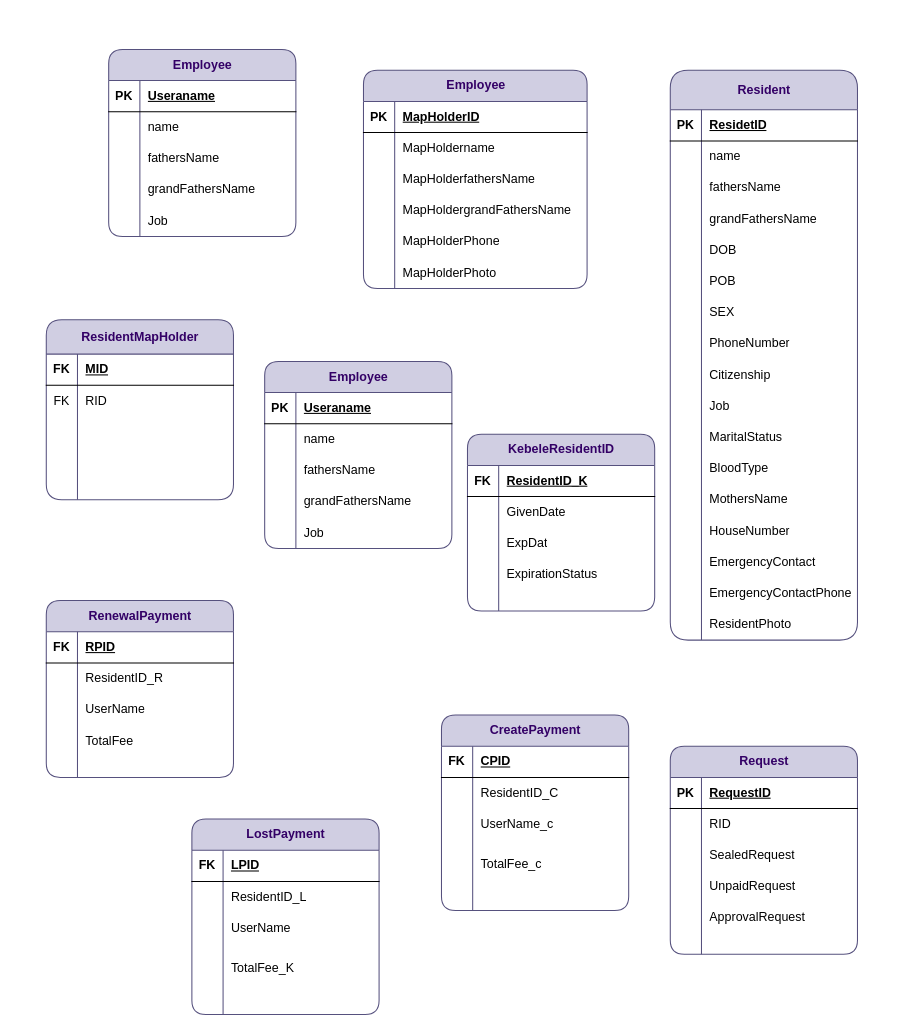
Above: Untitled Diagram.drawio in Melat369/Diagram (draw.io), before the change. Source tidied: cells renumbered, new cells numbered last; positions are measured from the earlier drawing's top-left corner, leaving out a move shared by most shapes. Both pictures are drawn from the tidied source at 104%, with x=0, y=0 at pixel (46, 49).
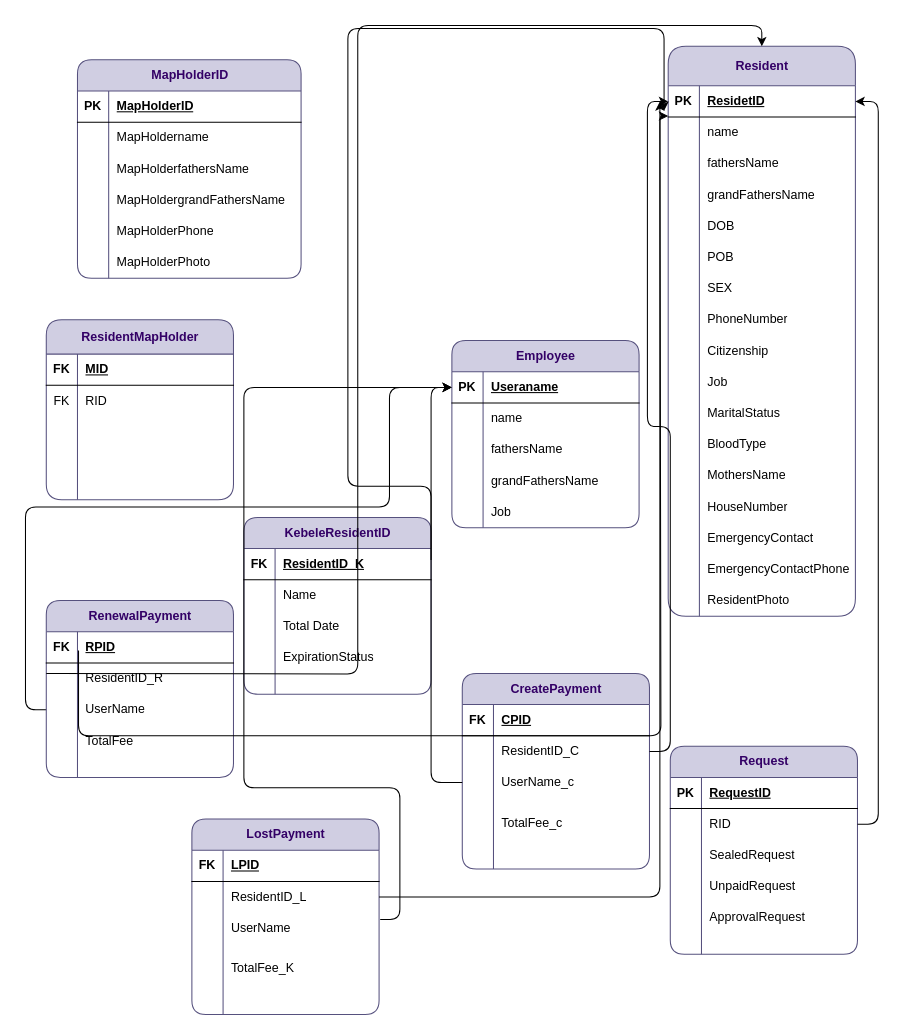
The same page after the edit.

Unchanged cells that the change refers to:
```xml
<mxCell id="19" style="shape=tableRow;horizontal=0;startSize=0;swimlaneHead=0;swimlaneBody=0;fillColor=none;points=[[0,0.5],[1,0.5]];portConstraint=eastwest;top=0;left=0;right=0;bottom=1;rounded=1;" parent="18" vertex="1">
  <mxGeometry y="38" width="180" height="30" as="geometry" />
</mxCell>
<mxCell id="106" style="shape=tableRow;horizontal=0;startSize=0;swimlaneHead=0;swimlaneBody=0;fillColor=none;points=[[0,0.5],[1,0.5]];portConstraint=eastwest;top=0;left=0;right=0;bottom=1;rounded=1;" parent="105" vertex="1">
  <mxGeometry y="30" width="180" height="30" as="geometry" />
</mxCell>
<mxCell id="125" style="shape=tableRow;horizontal=0;startSize=0;swimlaneHead=0;swimlaneBody=0;fillColor=none;top=0;left=0;right=0;bottom=0;rounded=1;" parent="121" vertex="1">
  <mxGeometry y="60" width="180" height="30" as="geometry" />
</mxCell>
<mxCell id="128" style="shape=tableRow;horizontal=0;startSize=0;swimlaneHead=0;swimlaneBody=0;fillColor=none;top=0;left=0;right=0;bottom=0;rounded=1;" parent="121" vertex="1">
  <mxGeometry y="90" width="180" height="30" as="geometry" />
</mxCell>
<mxCell id="144" style="shape=tableRow;horizontal=0;startSize=0;swimlaneHead=0;swimlaneBody=0;fillColor=none;points=[[0,0.5],[1,0.5]];portConstraint=eastwest;top=0;left=0;right=0;bottom=0;rounded=1;" parent="137" vertex="1">
  <mxGeometry y="90" width="180" height="30" as="geometry" />
</mxCell>
<mxCell id="157" style="shape=tableRow;horizontal=0;startSize=0;swimlaneHead=0;swimlaneBody=0;fillColor=none;points=[[0,0.5],[1,0.5]];portConstraint=eastwest;top=0;left=0;right=0;bottom=0;rounded=1;" parent="153" vertex="1">
  <mxGeometry y="60" width="180" height="30" as="geometry" />
</mxCell>
<mxCell id="160" style="shape=tableRow;horizontal=0;startSize=0;swimlaneHead=0;swimlaneBody=0;fillColor=none;points=[[0,0.5],[1,0.5]];portConstraint=eastwest;top=0;left=0;right=0;bottom=0;rounded=1;" parent="153" vertex="1">
  <mxGeometry y="90" width="180" height="30" as="geometry" />
</mxCell>
<mxCell id="173" style="shape=tableRow;horizontal=0;startSize=0;swimlaneHead=0;swimlaneBody=0;fillColor=none;points=[[0,0.5],[1,0.5]];portConstraint=eastwest;top=0;left=0;right=0;bottom=0;rounded=1;" parent="169" vertex="1">
  <mxGeometry y="60" width="180" height="30" as="geometry" />
</mxCell>
<mxCell id="176" style="shape=tableRow;horizontal=0;startSize=0;swimlaneHead=0;swimlaneBody=0;fillColor=none;points=[[0,0.5],[1,0.5]];portConstraint=eastwest;top=0;left=0;right=0;bottom=0;rounded=1;" parent="169" vertex="1">
  <mxGeometry y="90" width="180" height="30" as="geometry" />
</mxCell>
<mxCell id="189" style="shape=tableRow;horizontal=0;startSize=0;swimlaneHead=0;swimlaneBody=0;fillColor=none;points=[[0,0.5],[1,0.5]];portConstraint=eastwest;top=0;left=0;right=0;bottom=0;rounded=1;" parent="185" vertex="1">
  <mxGeometry y="60" width="180" height="30" as="geometry" />
</mxCell>
```

Change to the diagram source:
```diff
@@
-    <mxCell id="2" value="&lt;font color=&quot;#330066&quot;&gt;Employee&lt;/font&gt;" style="shape=table;startSize=30;childLayout=tableLayout;rowLines=0;fontStyle=1;align=center;html=1;fillColor=#d0cee2;strokeColor=#56517e;rounded=1;" parent="1" vertex="1">
-      <mxGeometry x="60" width="180" height="180" as="geometry" />
-    </mxCell>
-    <mxCell id="3" style="shape=tableRow;horizontal=0;startSize=0;swimlaneHead=0;swimlaneBody=0;fillColor=none;top=0;left=0;right=0;bottom=1;rounded=1;" parent="2" vertex="1">
-      <mxGeometry y="30" width="180" height="30" as="geometry" />
-    </mxCell>
-    <mxCell id="4" value="PK" style="shape=partialRectangle;fillColor=none;top=0;left=0;bottom=0;right=0;fontStyle=1;overflow=hidden;whiteSpace=wrap;html=1;rounded=1;" parent="3" vertex="1">
-      <mxGeometry width="30" height="30" as="geometry" />
-    </mxCell>
-    <mxCell id="5" value="Useraname" style="shape=partialRectangle;fillColor=none;top=0;left=0;bottom=0;right=0;align=left;spacingLeft=6;fontStyle=5;overflow=hidden;whiteSpace=wrap;html=1;rounded=1;" parent="3" vertex="1">
-      <mxGeometry x="30" width="150" height="30" as="geometry" />
-    </mxCell>
-    <mxCell id="6" style="shape=tableRow;horizontal=0;startSize=0;swimlaneHead=0;swimlaneBody=0;fillColor=none;top=0;left=0;right=0;bottom=0;rounded=1;" parent="2" vertex="1">
-      <mxGeometry y="60" width="180" height="30" as="geometry" />
-    </mxCell>
-    <mxCell id="7" style="shape=partialRectangle;fillColor=none;top=0;left=0;bottom=0;right=0;overflow=hidden;whiteSpace=wrap;html=1;rounded=1;" parent="6" vertex="1">
-      <mxGeometry width="30" height="30" as="geometry" />
-    </mxCell>
-    <mxCell id="8" value="name" style="shape=partialRectangle;fillColor=none;top=0;left=0;bottom=0;right=0;align=left;spacingLeft=6;overflow=hidden;whiteSpace=wrap;html=1;rounded=1;" parent="6" vertex="1">
-      <mxGeometry x="30" width="150" height="30" as="geometry" />
-    </mxCell>
-    <mxCell id="9" style="shape=tableRow;horizontal=0;startSize=0;swimlaneHead=0;swimlaneBody=0;fillColor=none;top=0;left=0;right=0;bottom=0;rounded=1;" parent="2" vertex="1">
-      <mxGeometry y="90" width="180" height="30" as="geometry" />
-    </mxCell>
-    <mxCell id="10" style="shape=partialRectangle;fillColor=none;top=0;left=0;bottom=0;right=0;overflow=hidden;whiteSpace=wrap;html=1;rounded=1;" parent="9" vertex="1">
-      <mxGeometry width="30" height="30" as="geometry" />
-    </mxCell>
-    <mxCell id="11" value="fathersName" style="shape=partialRectangle;fillColor=none;top=0;left=0;bottom=0;right=0;align=left;spacingLeft=6;overflow=hidden;whiteSpace=wrap;html=1;rounded=1;" parent="9" vertex="1">
-      <mxGeometry x="30" width="150" height="30" as="geometry" />
-    </mxCell>
-    <mxCell id="12" style="shape=tableRow;horizontal=0;startSize=0;swimlaneHead=0;swimlaneBody=0;fillColor=none;top=0;left=0;right=0;bottom=0;rounded=1;" parent="2" vertex="1">
-      <mxGeometry y="120" width="180" height="30" as="geometry" />
-    </mxCell>
-    <mxCell id="13" style="shape=partialRectangle;fillColor=none;top=0;left=0;bottom=0;right=0;overflow=hidden;whiteSpace=wrap;html=1;rounded=1;" parent="12" vertex="1">
-      <mxGeometry width="30" height="30" as="geometry" />
-    </mxCell>
-    <mxCell id="14" value="grandFathersName" style="shape=partialRectangle;fillColor=none;top=0;left=0;bottom=0;right=0;align=left;spacingLeft=6;overflow=hidden;whiteSpace=wrap;html=1;rounded=1;" parent="12" vertex="1">
-      <mxGeometry x="30" width="150" height="30" as="geometry" />
-    </mxCell>
-    <mxCell id="15" style="shape=tableRow;horizontal=0;startSize=0;swimlaneHead=0;swimlaneBody=0;fillColor=none;top=0;left=0;right=0;bottom=0;rounded=1;" parent="2" vertex="1">
-      <mxGeometry y="150" width="180" height="30" as="geometry" />
-    </mxCell>
-    <mxCell id="16" style="shape=partialRectangle;fillColor=none;top=0;left=0;bottom=0;right=0;overflow=hidden;whiteSpace=wrap;html=1;rounded=1;" parent="15" vertex="1">
-      <mxGeometry width="30" height="30" as="geometry" />
-    </mxCell>
-    <mxCell id="17" value="Job" style="shape=partialRectangle;fillColor=none;top=0;left=0;bottom=0;right=0;align=left;spacingLeft=6;overflow=hidden;whiteSpace=wrap;html=1;rounded=1;" parent="15" vertex="1">
-      <mxGeometry x="30" width="150" height="30" as="geometry" />
-    </mxCell>
     <mxCell id="18" value="&lt;font color=&quot;#330066&quot;&gt;Resident&lt;/font&gt;" style="shape=table;startSize=38;childLayout=tableLayout;rowLines=0;fontStyle=1;align=center;html=1;fillColor=#d0cee2;strokeColor=#56517e;rounded=1;" parent="1" vertex="1">
-      <mxGeometry x="600" y="20" width="180" height="548" as="geometry" />
+      <mxGeometry x="598" y="-3" width="180" height="548" as="geometry" />
     </mxCell>
@@
+    <mxCell id="204" style="edgeStyle=orthogonalEdgeStyle;rounded=1;jettySize=auto;html=1;exitX=0;exitY=0.5;exitDx=0;exitDy=0;entryX=0;entryY=0.5;entryDx=0;entryDy=0;" parent="1" edge="1" source="144" target="106">
+      <mxGeometry relative="1" as="geometry">
+        <Array as="points">
+          <mxPoint x="-20" y="635" />
+          <mxPoint x="-20" y="440" />
+          <mxPoint x="330" y="440" />
+          <mxPoint x="330" y="325" />
+        </Array>
+      </mxGeometry>
+    </mxCell>
-    <mxCell id="70" value="&lt;font color=&quot;#330066&quot;&gt;Employee&lt;/font&gt;" style="shape=table;startSize=30;childLayout=tableLayout;rowLines=0;fontStyle=1;align=center;html=1;fillColor=#d0cee2;strokeColor=#56517e;rounded=1;" parent="1" vertex="1">
-      <mxGeometry x="305" y="20" width="215" height="210" as="geometry" />
+    <mxCell id="70" value="&lt;font color=&quot;#330066&quot;&gt;MapHolderID&lt;/font&gt;" style="shape=table;startSize=30;childLayout=tableLayout;rowLines=0;fontStyle=1;align=center;html=1;fillColor=#d0cee2;strokeColor=#56517e;rounded=1;" parent="1" vertex="1">
+      <mxGeometry x="30" y="10" width="215" height="210" as="geometry" />
     </mxCell>
@@
     <mxCell id="105" value="&lt;font color=&quot;#330066&quot;&gt;Employee&lt;/font&gt;" style="shape=table;startSize=30;childLayout=tableLayout;rowLines=0;fontStyle=1;align=center;html=1;fillColor=#d0cee2;strokeColor=#56517e;rounded=1;" parent="1" vertex="1">
-      <mxGeometry x="210" y="300" width="180" height="180" as="geometry" />
+      <mxGeometry x="390" y="280" width="180" height="180" as="geometry" />
     </mxCell>
@@
     <mxCell id="121" value="&lt;font color=&quot;#330066&quot;&gt;KebeleResidentID&lt;/font&gt;" style="shape=table;startSize=30;childLayout=tableLayout;rowLines=0;fontStyle=1;align=center;html=1;fillColor=#d0cee2;strokeColor=#56517e;rounded=1;" parent="1" vertex="1">
-      <mxGeometry x="405" y="370" width="180" height="170" as="geometry" />
+      <mxGeometry x="190" y="450" width="180" height="170" as="geometry" />
     </mxCell>
@@
-    <mxCell id="127" value="GivenDate" style="shape=partialRectangle;fillColor=none;top=0;left=0;bottom=0;right=0;align=left;spacingLeft=6;overflow=hidden;whiteSpace=wrap;html=1;rounded=1;" parent="125" vertex="1">
+    <mxCell id="127" value="Name&amp;nbsp;" style="shape=partialRectangle;fillColor=none;top=0;left=0;bottom=0;right=0;align=left;spacingLeft=6;overflow=hidden;whiteSpace=wrap;html=1;rounded=1;" parent="125" vertex="1">
       <mxGeometry x="30" width="150" height="30" as="geometry" />
     </mxCell>
@@
-    <mxCell id="130" value="ExpDat" style="shape=partialRectangle;fillColor=none;top=0;left=0;bottom=0;right=0;align=left;spacingLeft=6;overflow=hidden;whiteSpace=wrap;html=1;rounded=1;" parent="128" vertex="1">
+    <mxCell id="130" value="Total Date" style="shape=partialRectangle;fillColor=none;top=0;left=0;bottom=0;right=0;align=left;spacingLeft=6;overflow=hidden;whiteSpace=wrap;html=1;rounded=1;" parent="128" vertex="1">
       <mxGeometry x="30" width="150" height="30" as="geometry" />
     </mxCell>
@@
     <mxCell id="169" value="&lt;font color=&quot;#330066&quot;&gt;CreatePayment&lt;/font&gt;" style="shape=table;startSize=30;childLayout=tableLayout;rowLines=0;fontStyle=1;align=center;html=1;fillColor=#d0cee2;strokeColor=#56517e;rounded=1;" parent="1" vertex="1">
-      <mxGeometry x="380" y="640" width="180" height="188" as="geometry" />
+      <mxGeometry x="400" y="600" width="180" height="188" as="geometry" />
     </mxCell>
@@
+    <mxCell id="205" style="edgeStyle=orthogonalEdgeStyle;rounded=1;jettySize=auto;html=1;exitX=0;exitY=0.5;exitDx=0;exitDy=0;entryX=0;entryY=0.5;entryDx=0;entryDy=0;" parent="1" edge="1" source="176" target="106">
+      <mxGeometry relative="1" as="geometry">
+        <Array as="points">
+          <mxPoint x="370" y="705" />
+          <mxPoint x="370" y="325" />
+        </Array>
+      </mxGeometry>
+    </mxCell>
+    <mxCell id="206" style="edgeStyle=orthogonalEdgeStyle;rounded=1;jettySize=auto;html=1;exitX=1.006;exitY=0.222;exitDx=0;exitDy=0;entryX=0;entryY=0.5;entryDx=0;entryDy=0;exitPerimeter=0;" parent="1" edge="1" source="160" target="106">
+      <mxGeometry relative="1" as="geometry">
+        <Array as="points">
+          <mxPoint x="340" y="837" />
+          <mxPoint x="340" y="710" />
+          <mxPoint x="190" y="710" />
+          <mxPoint x="190" y="325" />
+        </Array>
+      </mxGeometry>
+    </mxCell>
+    <mxCell id="207" style="edgeStyle=orthogonalEdgeStyle;rounded=1;jettySize=auto;html=1;exitX=1;exitY=0.5;exitDx=0;exitDy=0;entryX=1;entryY=0.5;entryDx=0;entryDy=0;" parent="1" edge="1" source="189" target="19">
+      <mxGeometry relative="1" as="geometry" />
+    </mxCell>
+    <mxCell id="208" style="edgeStyle=orthogonalEdgeStyle;rounded=1;jettySize=auto;html=1;exitX=1;exitY=0.5;exitDx=0;exitDy=0;entryX=0;entryY=0.5;entryDx=0;entryDy=0;" parent="1" edge="1" source="173" target="19">
+      <mxGeometry relative="1" as="geometry" />
+    </mxCell>
+    <mxCell id="209" style="edgeStyle=orthogonalEdgeStyle;rounded=1;jettySize=auto;html=1;exitX=1;exitY=0.5;exitDx=0;exitDy=0;" parent="1" edge="1" source="157" target="19">
+      <mxGeometry relative="1" as="geometry">
+        <Array as="points">
+          <mxPoint x="590" y="815" />
+          <mxPoint x="590" y="64" />
+        </Array>
+      </mxGeometry>
+    </mxCell>
+    <mxCell id="210" style="edgeStyle=orthogonalEdgeStyle;rounded=1;jettySize=auto;html=1;exitX=1;exitY=0.5;exitDx=0;exitDy=0;entryX=-0.022;entryY=0.8;entryDx=0;entryDy=0;entryPerimeter=0;" parent="1" edge="1" target="19">
+      <mxGeometry relative="1" as="geometry">
+        <mxPoint x="370" y="491" as="sourcePoint" />
+        <Array as="points">
+          <mxPoint x="370" y="420" />
+          <mxPoint x="290" y="420" />
+          <mxPoint x="290" y="-20" />
+          <mxPoint x="594" y="-20" />
+        </Array>
+      </mxGeometry>
+    </mxCell>
+    <mxCell id="211" style="edgeStyle=orthogonalEdgeStyle;rounded=1;orthogonalLoop=1;jettySize=auto;html=1;exitX=0;exitY=0.5;exitDx=0;exitDy=0;" parent="1" edge="1">
+      <mxGeometry relative="1" as="geometry">
+        <mxPoint x="31" y="578" as="sourcePoint" />
+        <mxPoint x="590" y="50" as="targetPoint" />
+        <Array as="points">
+          <mxPoint x="31" y="660" />
+          <mxPoint x="591" y="660" />
+        </Array>
+      </mxGeometry>
+    </mxCell>
+    <mxCell id="212" style="edgeStyle=orthogonalEdgeStyle;rounded=1;jettySize=auto;html=1;exitX=0;exitY=0.5;exitDx=0;exitDy=0;entryX=0.5;entryY=0;entryDx=0;entryDy=0;" parent="1" edge="1" target="18">
+      <mxGeometry relative="1" as="geometry">
+        <mxPoint y="600" as="sourcePoint" />
+      </mxGeometry>
+    </mxCell>
```
